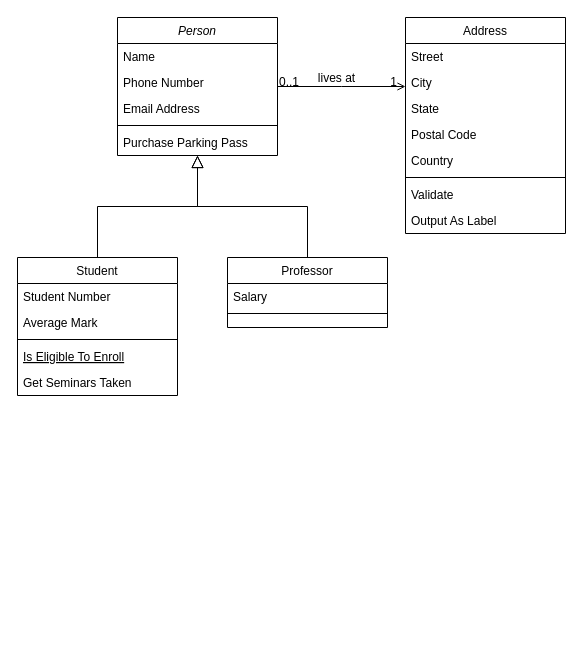
Earlier version of the draw.io diagram Untitled Diagram.drawio (MartinChristenson/DrawIO). Source tidied: cells renumbered, new cells numbered last; positions are measured from the earlier drawing's top-left corner, leaving out a move shared by most shapes. Both pictures are drawn from the tidied source at 100%, with x=0, y=0 at pixel (17, 17).
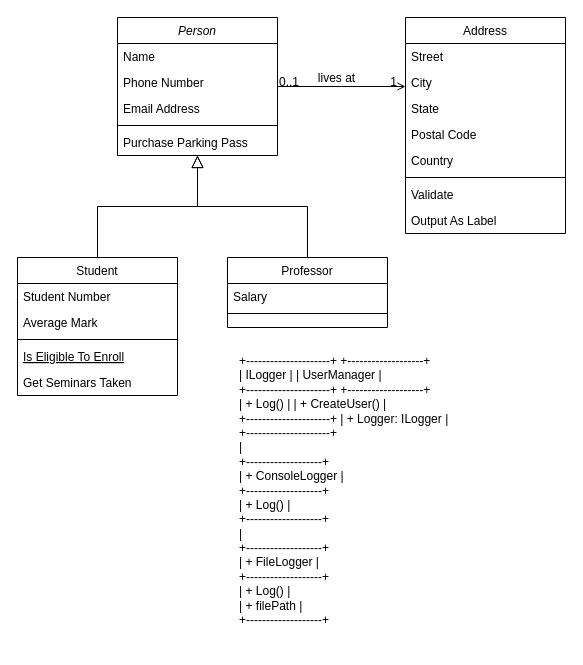
The same page after the edit.

What changed in the source:
```diff
@@
+    <mxCell id="32" value="+---------------------+       +-------------------+ &#10;|       ILogger       |       |    UserManager     | &#10;+---------------------+       +-------------------+ &#10;| + Log()              |       | + CreateUser()     | &#10;+---------------------+       | + Logger: ILogger   | &#10;                              +---------------------+ &#10;                      | &#10;  +-------------------+ &#10;  |  + ConsoleLogger | &#10;  +-------------------+ &#10;  |  + Log()          | &#10;  +-------------------+ &#10;                      | &#10;  +-------------------+ &#10;  |   + FileLogger   | &#10;  +-------------------+ &#10;  |  + Log()          | &#10;  |  + filePath       | &#10;  +-------------------+" style="text;whiteSpace=wrap;html=1;" parent="1" vertex="1">
+      <mxGeometry x="220" y="330" width="240" height="300" as="geometry" />
+    </mxCell>
```
